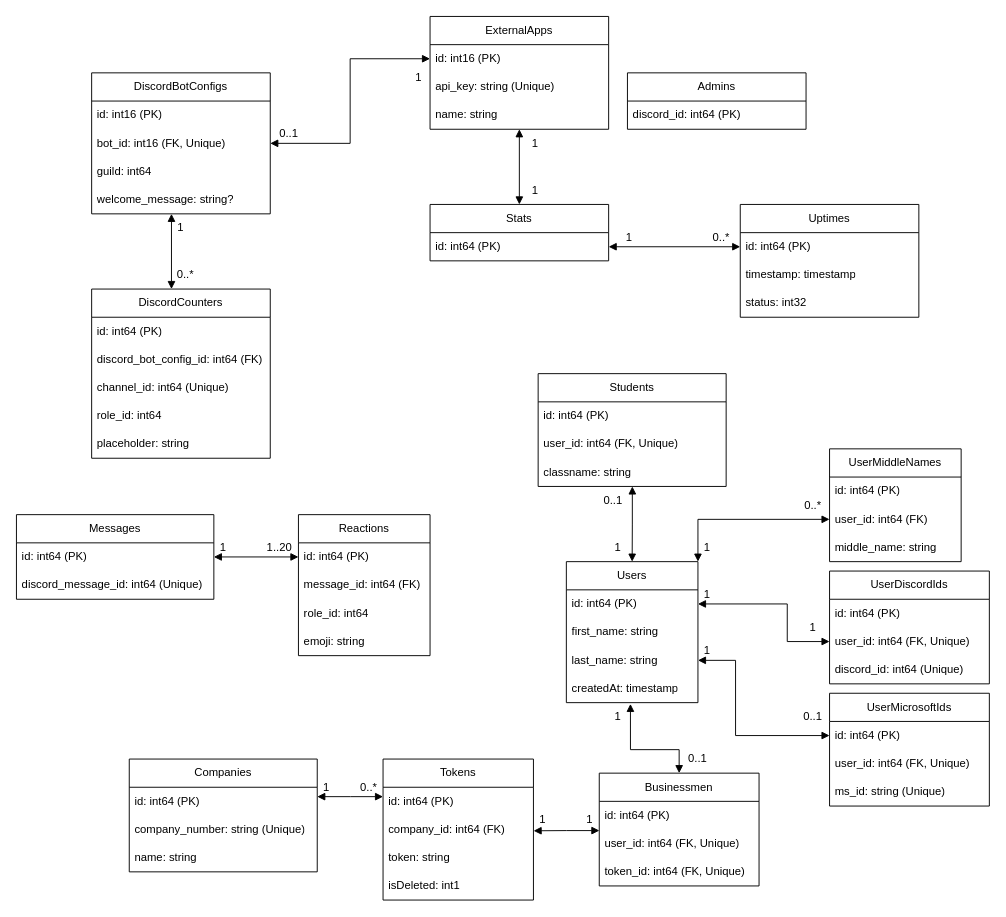
FrantisekSilhan/spsavos-discord keeps this draw.io diagram as resources/schemes/core.drawio. Above is the earlier version. Source tidied: cells renumbered, new cells numbered last; positions are measured from the earlier drawing's top-left corner, leaving out a move shared by most shapes. Both pictures are drawn from the tidied source at 94%, with x=0, y=0 at pixel (16, 16).
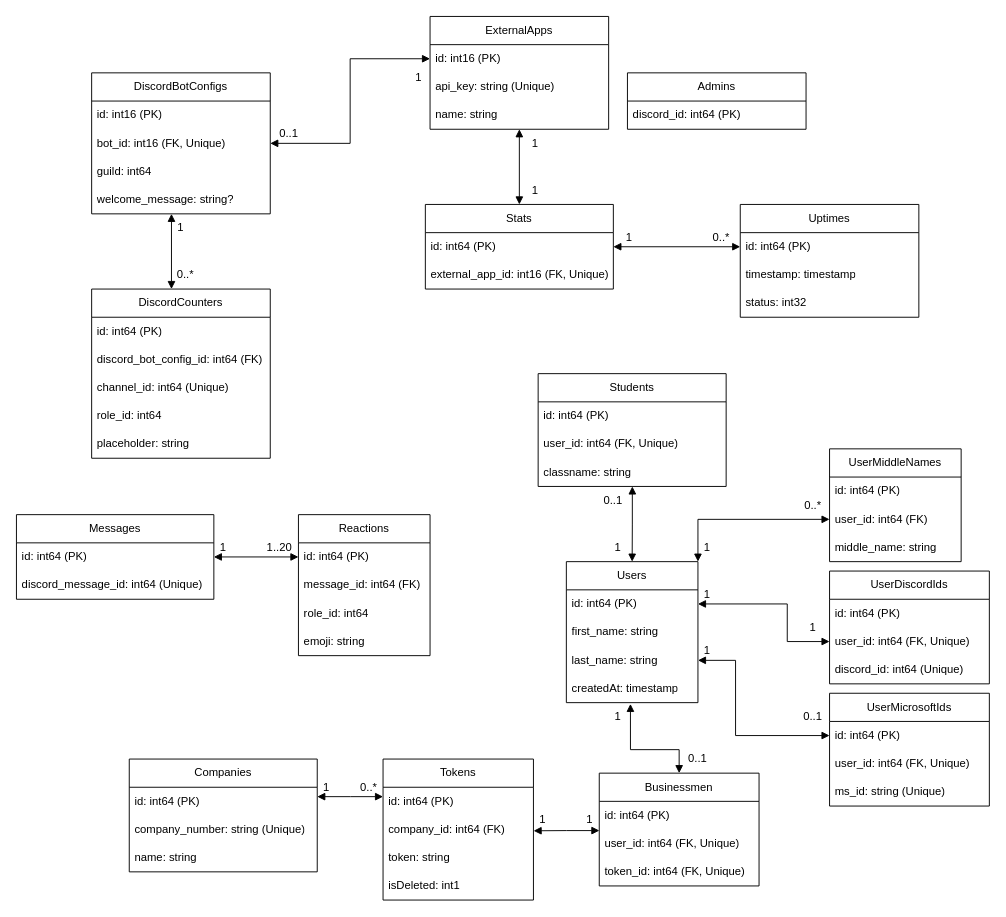
The same diagram, later.

Commit message:
fix(resources/schemes/core): add missing external app FK

Diff of the diagram source:
```diff
@@
     <mxCell id="91" value="Stats" style="swimlane;fontStyle=0;horizontal=1;startSize=30;whiteSpace=wrap;html=1;" parent="1" vertex="1">
-      <mxGeometry x="440" y="200" width="190" height="60" as="geometry" />
+      <mxGeometry x="435" y="200" width="200" height="90" as="geometry" />
     </mxCell>
     <mxCell id="92" value="id: int64 (PK)" style="text;strokeColor=none;fillColor=none;align=left;verticalAlign=middle;spacingLeft=4;spacingRight=4;overflow=hidden;points=[[0,0.5],[1,0.5]];portConstraint=eastwest;whiteSpace=wrap;html=1;" parent="91" vertex="1">
-      <mxGeometry y="30" width="190" height="30" as="geometry" />
+      <mxGeometry y="30" width="200" height="30" as="geometry" />
     </mxCell>
+    <mxCell id="103" value="external_app_id: int16 (FK, Unique)" style="text;strokeColor=none;fillColor=none;align=left;verticalAlign=middle;spacingLeft=4;spacingRight=4;overflow=hidden;whiteSpace=wrap;html=1;" parent="91" vertex="1">
+      <mxGeometry y="60" width="200" height="30" as="geometry" />
+    </mxCell>
```
